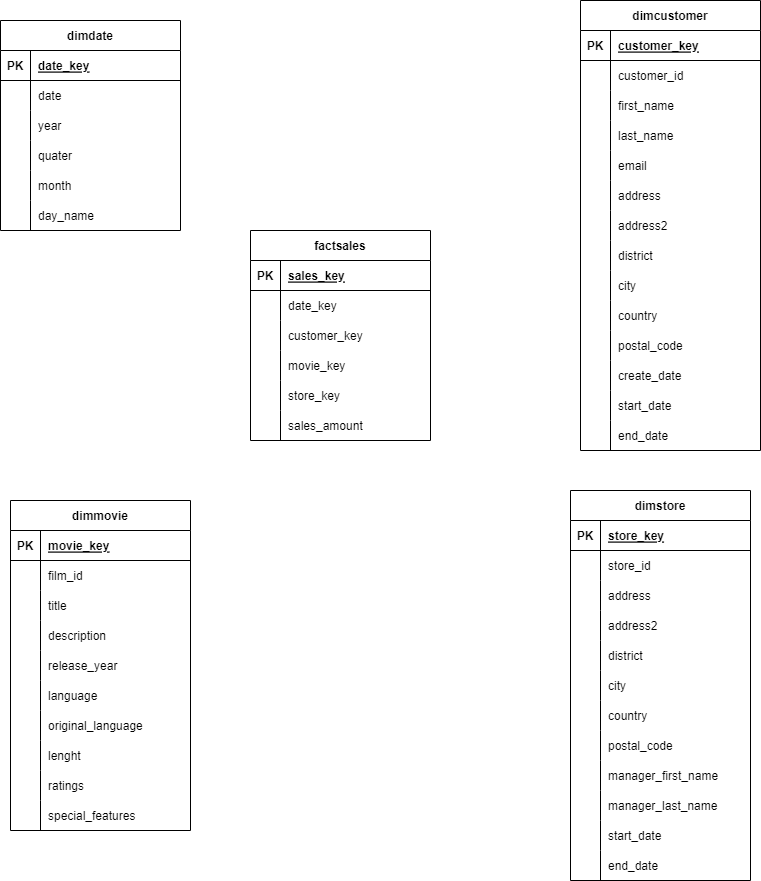
MarianSulik/DE_diagrams keeps this draw.io diagram as Untitled Diagram.drawio.png. Above is the earlier version. Source tidied: cells renumbered, new cells last; positions are measured from the earlier drawing's top-left corner, leaving out a move shared by most shapes.
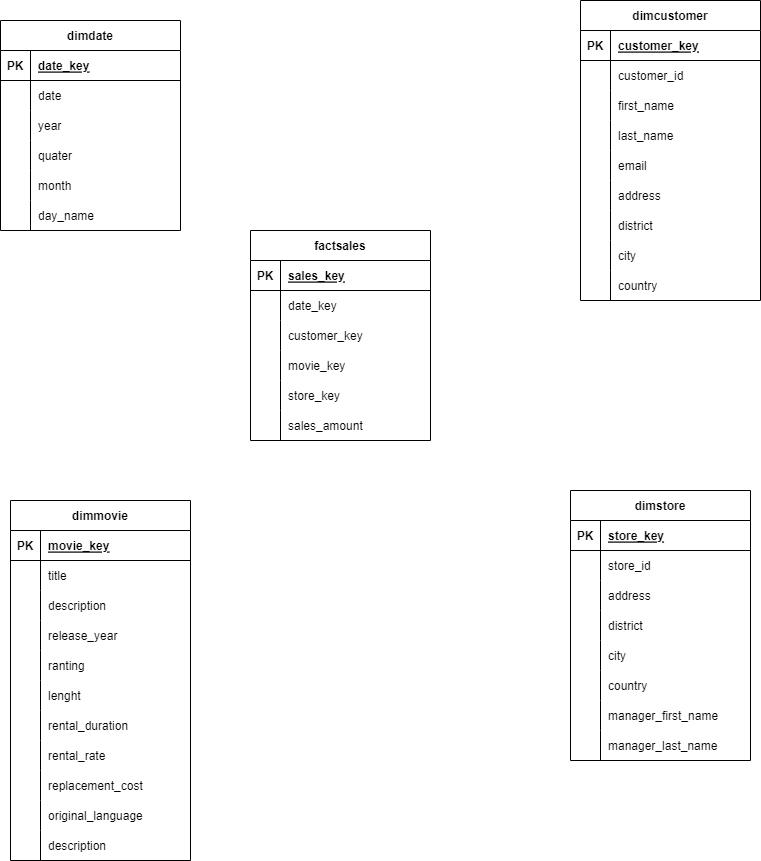
The same diagram one commit later.

Change to the diagram source:
```diff
@@ -119,3 +119,3 @@
     <mxCell id="40" value="dimmovie" style="shape=table;startSize=30;rowLines=0;fontStyle=1;align=center;" parent="1" vertex="1">
-      <mxGeometry x="10" y="500" width="180" height="330" as="geometry" />
+      <mxGeometry x="10" y="500" width="180" height="360" as="geometry" />
     </mxCell>
@@ -130,13 +130,4 @@
     </mxCell>
-    <mxCell id="44" style="shape=tableRow;horizontal=0;startSize=0;swimlaneHead=0;swimlaneBody=0;fillColor=none;top=0;left=0;right=0;bottom=0;" parent="40" vertex="1">
-      <mxGeometry y="60" width="180" height="30" as="geometry" />
-    </mxCell>
-    <mxCell id="45" style="shape=partialRectangle;fillColor=none;top=0;left=0;bottom=0;right=0;overflow=hidden;" parent="44" vertex="1">
-      <mxGeometry width="30" height="30" as="geometry" />
-    </mxCell>
-    <mxCell id="46" value="film_id" style="shape=partialRectangle;fillColor=none;top=0;left=0;bottom=0;right=0;align=left;spacingLeft=6;overflow=hidden;" parent="44" vertex="1">
-      <mxGeometry x="30" width="150" height="30" as="geometry" />
-    </mxCell>
     <mxCell id="47" style="shape=tableRow;horizontal=0;startSize=0;swimlaneHead=0;swimlaneBody=0;fillColor=none;top=0;left=0;right=0;bottom=0;" parent="40" vertex="1">
-      <mxGeometry y="90" width="180" height="30" as="geometry" />
+      <mxGeometry y="60" width="180" height="30" as="geometry" />
     </mxCell>
@@ -149,3 +140,3 @@
     <mxCell id="50" style="shape=tableRow;horizontal=0;startSize=0;swimlaneHead=0;swimlaneBody=0;fillColor=none;top=0;left=0;right=0;bottom=0;" parent="40" vertex="1">
-      <mxGeometry y="120" width="180" height="30" as="geometry" />
+      <mxGeometry y="90" width="180" height="30" as="geometry" />
     </mxCell>
@@ -158,3 +149,3 @@
     <mxCell id="53" style="shape=tableRow;horizontal=0;startSize=0;swimlaneHead=0;swimlaneBody=0;fillColor=none;top=0;left=0;right=0;bottom=0;" parent="40" vertex="1">
-      <mxGeometry y="150" width="180" height="30" as="geometry" />
+      <mxGeometry y="120" width="180" height="30" as="geometry" />
     </mxCell>
@@ -167,3 +158,3 @@
     <mxCell id="56" style="shape=tableRow;horizontal=0;startSize=0;swimlaneHead=0;swimlaneBody=0;fillColor=none;top=0;left=0;right=0;bottom=0;" parent="40" vertex="1">
-      <mxGeometry y="180" width="180" height="30" as="geometry" />
+      <mxGeometry y="150" width="180" height="30" as="geometry" />
     </mxCell>
@@ -172,3 +163,3 @@
     </mxCell>
-    <mxCell id="58" value="language" style="shape=partialRectangle;fillColor=none;top=0;left=0;bottom=0;right=0;align=left;spacingLeft=6;overflow=hidden;" parent="56" vertex="1">
+    <mxCell id="58" value="ranting" style="shape=partialRectangle;fillColor=none;top=0;left=0;bottom=0;right=0;align=left;spacingLeft=6;overflow=hidden;" parent="56" vertex="1">
       <mxGeometry x="30" width="150" height="30" as="geometry" />
@@ -176,3 +167,3 @@
     <mxCell id="59" style="shape=tableRow;horizontal=0;startSize=0;swimlaneHead=0;swimlaneBody=0;fillColor=none;top=0;left=0;right=0;bottom=0;" parent="40" vertex="1">
-      <mxGeometry y="210" width="180" height="30" as="geometry" />
+      <mxGeometry y="180" width="180" height="30" as="geometry" />
     </mxCell>
@@ -181,3 +172,3 @@
     </mxCell>
-    <mxCell id="61" value="original_language" style="shape=partialRectangle;fillColor=none;top=0;left=0;bottom=0;right=0;align=left;spacingLeft=6;overflow=hidden;" parent="59" vertex="1">
+    <mxCell id="61" value="lenght" style="shape=partialRectangle;fillColor=none;top=0;left=0;bottom=0;right=0;align=left;spacingLeft=6;overflow=hidden;" parent="59" vertex="1">
       <mxGeometry x="30" width="150" height="30" as="geometry" />
@@ -185,3 +176,3 @@
     <mxCell id="62" style="shape=tableRow;horizontal=0;startSize=0;swimlaneHead=0;swimlaneBody=0;fillColor=none;top=0;left=0;right=0;bottom=0;" parent="40" vertex="1">
-      <mxGeometry y="240" width="180" height="30" as="geometry" />
+      <mxGeometry y="210" width="180" height="30" as="geometry" />
     </mxCell>
@@ -190,3 +181,3 @@
     </mxCell>
-    <mxCell id="64" value="lenght" style="shape=partialRectangle;fillColor=none;top=0;left=0;bottom=0;right=0;align=left;spacingLeft=6;overflow=hidden;" parent="62" vertex="1">
+    <mxCell id="64" value="rental_duration" style="shape=partialRectangle;fillColor=none;top=0;left=0;bottom=0;right=0;align=left;spacingLeft=6;overflow=hidden;" parent="62" vertex="1">
       <mxGeometry x="30" width="150" height="30" as="geometry" />
@@ -194,3 +185,3 @@
     <mxCell id="65" style="shape=tableRow;horizontal=0;startSize=0;swimlaneHead=0;swimlaneBody=0;fillColor=none;top=0;left=0;right=0;bottom=0;" parent="40" vertex="1">
-      <mxGeometry y="270" width="180" height="30" as="geometry" />
+      <mxGeometry y="240" width="180" height="30" as="geometry" />
     </mxCell>
@@ -199,3 +190,3 @@
     </mxCell>
-    <mxCell id="67" value="ratings" style="shape=partialRectangle;fillColor=none;top=0;left=0;bottom=0;right=0;align=left;spacingLeft=6;overflow=hidden;" parent="65" vertex="1">
+    <mxCell id="67" value="rental_rate" style="shape=partialRectangle;fillColor=none;top=0;left=0;bottom=0;right=0;align=left;spacingLeft=6;overflow=hidden;" parent="65" vertex="1">
       <mxGeometry x="30" width="150" height="30" as="geometry" />
@@ -203,3 +194,3 @@
     <mxCell id="68" style="shape=tableRow;horizontal=0;startSize=0;swimlaneHead=0;swimlaneBody=0;fillColor=none;top=0;left=0;right=0;bottom=0;" parent="40" vertex="1">
-      <mxGeometry y="300" width="180" height="30" as="geometry" />
+      <mxGeometry y="270" width="180" height="30" as="geometry" />
     </mxCell>
@@ -208,7 +199,25 @@
     </mxCell>
-    <mxCell id="70" value="special_features" style="shape=partialRectangle;fillColor=none;top=0;left=0;bottom=0;right=0;align=left;spacingLeft=6;overflow=hidden;" parent="68" vertex="1">
+    <mxCell id="70" value="replacement_cost" style="shape=partialRectangle;fillColor=none;top=0;left=0;bottom=0;right=0;align=left;spacingLeft=6;overflow=hidden;" parent="68" vertex="1">
       <mxGeometry x="30" width="150" height="30" as="geometry" />
     </mxCell>
+    <mxCell id="151" style="shape=tableRow;horizontal=0;startSize=0;swimlaneHead=0;swimlaneBody=0;fillColor=none;top=0;left=0;right=0;bottom=0;" parent="40" vertex="1">
+      <mxGeometry y="300" width="180" height="30" as="geometry" />
+    </mxCell>
+    <mxCell id="152" style="shape=partialRectangle;fillColor=none;top=0;left=0;bottom=0;right=0;overflow=hidden;" parent="151" vertex="1">
+      <mxGeometry width="30" height="30" as="geometry" />
+    </mxCell>
+    <mxCell id="153" value="original_language" style="shape=partialRectangle;fillColor=none;top=0;left=0;bottom=0;right=0;align=left;spacingLeft=6;overflow=hidden;" parent="151" vertex="1">
+      <mxGeometry x="30" width="150" height="30" as="geometry" />
+    </mxCell>
+    <mxCell id="154" style="shape=tableRow;horizontal=0;startSize=0;swimlaneHead=0;swimlaneBody=0;fillColor=none;top=0;left=0;right=0;bottom=0;" parent="40" vertex="1">
+      <mxGeometry y="330" width="180" height="30" as="geometry" />
+    </mxCell>
+    <mxCell id="155" style="shape=partialRectangle;fillColor=none;top=0;left=0;bottom=0;right=0;overflow=hidden;" parent="154" vertex="1">
+      <mxGeometry width="30" height="30" as="geometry" />
+    </mxCell>
+    <mxCell id="156" value="description" style="shape=partialRectangle;fillColor=none;top=0;left=0;bottom=0;right=0;align=left;spacingLeft=6;overflow=hidden;" parent="154" vertex="1">
+      <mxGeometry x="30" width="150" height="30" as="geometry" />
+    </mxCell>
     <mxCell id="71" value="dimcustomer" style="shape=table;startSize=30;rowLines=0;fontStyle=1;align=center;" parent="1" vertex="1">
-      <mxGeometry x="580" width="180" height="450" as="geometry" />
+      <mxGeometry x="580" width="180" height="300" as="geometry" />
     </mxCell>
@@ -268,13 +277,4 @@
     </mxCell>
-    <mxCell id="90" style="shape=tableRow;horizontal=0;startSize=0;swimlaneHead=0;swimlaneBody=0;fillColor=none;top=0;left=0;right=0;bottom=0;" parent="71" vertex="1">
-      <mxGeometry y="210" width="180" height="30" as="geometry" />
-    </mxCell>
-    <mxCell id="91" style="shape=partialRectangle;fillColor=none;top=0;left=0;bottom=0;right=0;overflow=hidden;" parent="90" vertex="1">
-      <mxGeometry width="30" height="30" as="geometry" />
-    </mxCell>
-    <mxCell id="92" value="address2" style="shape=partialRectangle;fillColor=none;top=0;left=0;bottom=0;right=0;align=left;spacingLeft=6;overflow=hidden;" parent="90" vertex="1">
-      <mxGeometry x="30" width="150" height="30" as="geometry" />
-    </mxCell>
     <mxCell id="93" style="shape=tableRow;horizontal=0;startSize=0;swimlaneHead=0;swimlaneBody=0;fillColor=none;top=0;left=0;right=0;bottom=0;" parent="71" vertex="1">
-      <mxGeometry y="240" width="180" height="30" as="geometry" />
+      <mxGeometry y="210" width="180" height="30" as="geometry" />
     </mxCell>
@@ -287,3 +287,3 @@
     <mxCell id="96" style="shape=tableRow;horizontal=0;startSize=0;swimlaneHead=0;swimlaneBody=0;fillColor=none;top=0;left=0;right=0;bottom=0;" parent="71" vertex="1">
-      <mxGeometry y="270" width="180" height="30" as="geometry" />
+      <mxGeometry y="240" width="180" height="30" as="geometry" />
     </mxCell>
@@ -296,3 +296,3 @@
     <mxCell id="99" style="shape=tableRow;horizontal=0;startSize=0;swimlaneHead=0;swimlaneBody=0;fillColor=none;top=0;left=0;right=0;bottom=0;" parent="71" vertex="1">
-      <mxGeometry y="300" width="180" height="30" as="geometry" />
+      <mxGeometry y="270" width="180" height="30" as="geometry" />
     </mxCell>
@@ -304,40 +304,4 @@
     </mxCell>
-    <mxCell id="102" style="shape=tableRow;horizontal=0;startSize=0;swimlaneHead=0;swimlaneBody=0;fillColor=none;top=0;left=0;right=0;bottom=0;" parent="71" vertex="1">
-      <mxGeometry y="330" width="180" height="30" as="geometry" />
-    </mxCell>
-    <mxCell id="103" style="shape=partialRectangle;fillColor=none;top=0;left=0;bottom=0;right=0;overflow=hidden;" parent="102" vertex="1">
-      <mxGeometry width="30" height="30" as="geometry" />
-    </mxCell>
-    <mxCell id="104" value="postal_code" style="shape=partialRectangle;fillColor=none;top=0;left=0;bottom=0;right=0;align=left;spacingLeft=6;overflow=hidden;" parent="102" vertex="1">
-      <mxGeometry x="30" width="150" height="30" as="geometry" />
-    </mxCell>
-    <mxCell id="105" style="shape=tableRow;horizontal=0;startSize=0;swimlaneHead=0;swimlaneBody=0;fillColor=none;top=0;left=0;right=0;bottom=0;" parent="71" vertex="1">
-      <mxGeometry y="360" width="180" height="30" as="geometry" />
-    </mxCell>
-    <mxCell id="106" style="shape=partialRectangle;fillColor=none;top=0;left=0;bottom=0;right=0;overflow=hidden;" parent="105" vertex="1">
-      <mxGeometry width="30" height="30" as="geometry" />
-    </mxCell>
-    <mxCell id="107" value="create_date" style="shape=partialRectangle;fillColor=none;top=0;left=0;bottom=0;right=0;align=left;spacingLeft=6;overflow=hidden;" parent="105" vertex="1">
-      <mxGeometry x="30" width="150" height="30" as="geometry" />
-    </mxCell>
-    <mxCell id="108" style="shape=tableRow;horizontal=0;startSize=0;swimlaneHead=0;swimlaneBody=0;fillColor=none;top=0;left=0;right=0;bottom=0;" parent="71" vertex="1">
-      <mxGeometry y="390" width="180" height="30" as="geometry" />
-    </mxCell>
-    <mxCell id="109" style="shape=partialRectangle;fillColor=none;top=0;left=0;bottom=0;right=0;overflow=hidden;" parent="108" vertex="1">
-      <mxGeometry width="30" height="30" as="geometry" />
-    </mxCell>
-    <mxCell id="110" value="start_date" style="shape=partialRectangle;fillColor=none;top=0;left=0;bottom=0;right=0;align=left;spacingLeft=6;overflow=hidden;" parent="108" vertex="1">
-      <mxGeometry x="30" width="150" height="30" as="geometry" />
-    </mxCell>
-    <mxCell id="111" style="shape=tableRow;horizontal=0;startSize=0;swimlaneHead=0;swimlaneBody=0;fillColor=none;top=0;left=0;right=0;bottom=0;" parent="71" vertex="1">
-      <mxGeometry y="420" width="180" height="30" as="geometry" />
-    </mxCell>
-    <mxCell id="112" style="shape=partialRectangle;fillColor=none;top=0;left=0;bottom=0;right=0;overflow=hidden;" parent="111" vertex="1">
-      <mxGeometry width="30" height="30" as="geometry" />
-    </mxCell>
-    <mxCell id="113" value="end_date" style="shape=partialRectangle;fillColor=none;top=0;left=0;bottom=0;right=0;align=left;spacingLeft=6;overflow=hidden;" parent="111" vertex="1">
-      <mxGeometry x="30" width="150" height="30" as="geometry" />
-    </mxCell>
     <mxCell id="114" value="dimstore" style="shape=table;startSize=30;rowLines=0;fontStyle=1;align=center;" parent="1" vertex="1">
-      <mxGeometry x="570" y="490" width="180" height="390" as="geometry" />
+      <mxGeometry x="570" y="490" width="180" height="270" as="geometry" />
     </mxCell>
@@ -370,13 +334,4 @@
     </mxCell>
-    <mxCell id="124" style="shape=tableRow;horizontal=0;startSize=0;swimlaneHead=0;swimlaneBody=0;fillColor=none;top=0;left=0;right=0;bottom=0;" parent="114" vertex="1">
-      <mxGeometry y="120" width="180" height="30" as="geometry" />
-    </mxCell>
-    <mxCell id="125" style="shape=partialRectangle;fillColor=none;top=0;left=0;bottom=0;right=0;overflow=hidden;" parent="124" vertex="1">
-      <mxGeometry width="30" height="30" as="geometry" />
-    </mxCell>
-    <mxCell id="126" value="address2" style="shape=partialRectangle;fillColor=none;top=0;left=0;bottom=0;right=0;align=left;spacingLeft=6;overflow=hidden;" parent="124" vertex="1">
-      <mxGeometry x="30" width="150" height="30" as="geometry" />
-    </mxCell>
     <mxCell id="127" style="shape=tableRow;horizontal=0;startSize=0;swimlaneHead=0;swimlaneBody=0;fillColor=none;top=0;left=0;right=0;bottom=0;" parent="114" vertex="1">
-      <mxGeometry y="150" width="180" height="30" as="geometry" />
+      <mxGeometry y="120" width="180" height="30" as="geometry" />
     </mxCell>
@@ -389,3 +344,3 @@
     <mxCell id="130" style="shape=tableRow;horizontal=0;startSize=0;swimlaneHead=0;swimlaneBody=0;fillColor=none;top=0;left=0;right=0;bottom=0;" parent="114" vertex="1">
-      <mxGeometry y="180" width="180" height="30" as="geometry" />
+      <mxGeometry y="150" width="180" height="30" as="geometry" />
     </mxCell>
@@ -398,3 +353,3 @@
     <mxCell id="133" style="shape=tableRow;horizontal=0;startSize=0;swimlaneHead=0;swimlaneBody=0;fillColor=none;top=0;left=0;right=0;bottom=0;" parent="114" vertex="1">
-      <mxGeometry y="210" width="180" height="30" as="geometry" />
+      <mxGeometry y="180" width="180" height="30" as="geometry" />
     </mxCell>
@@ -406,13 +361,4 @@
     </mxCell>
-    <mxCell id="136" style="shape=tableRow;horizontal=0;startSize=0;swimlaneHead=0;swimlaneBody=0;fillColor=none;top=0;left=0;right=0;bottom=0;" parent="114" vertex="1">
-      <mxGeometry y="240" width="180" height="30" as="geometry" />
-    </mxCell>
-    <mxCell id="137" style="shape=partialRectangle;fillColor=none;top=0;left=0;bottom=0;right=0;overflow=hidden;" parent="136" vertex="1">
-      <mxGeometry width="30" height="30" as="geometry" />
-    </mxCell>
-    <mxCell id="138" value="postal_code" style="shape=partialRectangle;fillColor=none;top=0;left=0;bottom=0;right=0;align=left;spacingLeft=6;overflow=hidden;" parent="136" vertex="1">
-      <mxGeometry x="30" width="150" height="30" as="geometry" />
-    </mxCell>
     <mxCell id="139" style="shape=tableRow;horizontal=0;startSize=0;swimlaneHead=0;swimlaneBody=0;fillColor=none;top=0;left=0;right=0;bottom=0;" parent="114" vertex="1">
-      <mxGeometry y="270" width="180" height="30" as="geometry" />
+      <mxGeometry y="210" width="180" height="30" as="geometry" />
     </mxCell>
@@ -425,3 +371,3 @@
     <mxCell id="142" style="shape=tableRow;horizontal=0;startSize=0;swimlaneHead=0;swimlaneBody=0;fillColor=none;top=0;left=0;right=0;bottom=0;" parent="114" vertex="1">
-      <mxGeometry y="300" width="180" height="30" as="geometry" />
+      <mxGeometry y="240" width="180" height="30" as="geometry" />
     </mxCell>
@@ -433,20 +379,2 @@
     </mxCell>
-    <mxCell id="145" style="shape=tableRow;horizontal=0;startSize=0;swimlaneHead=0;swimlaneBody=0;fillColor=none;top=0;left=0;right=0;bottom=0;" parent="114" vertex="1">
-      <mxGeometry y="330" width="180" height="30" as="geometry" />
-    </mxCell>
-    <mxCell id="146" style="shape=partialRectangle;fillColor=none;top=0;left=0;bottom=0;right=0;overflow=hidden;" parent="145" vertex="1">
-      <mxGeometry width="30" height="30" as="geometry" />
-    </mxCell>
-    <mxCell id="147" value="start_date" style="shape=partialRectangle;fillColor=none;top=0;left=0;bottom=0;right=0;align=left;spacingLeft=6;overflow=hidden;" parent="145" vertex="1">
-      <mxGeometry x="30" width="150" height="30" as="geometry" />
-    </mxCell>
-    <mxCell id="148" style="shape=tableRow;horizontal=0;startSize=0;swimlaneHead=0;swimlaneBody=0;fillColor=none;top=0;left=0;right=0;bottom=0;" parent="114" vertex="1">
-      <mxGeometry y="360" width="180" height="30" as="geometry" />
-    </mxCell>
-    <mxCell id="149" style="shape=partialRectangle;fillColor=none;top=0;left=0;bottom=0;right=0;overflow=hidden;" parent="148" vertex="1">
-      <mxGeometry width="30" height="30" as="geometry" />
-    </mxCell>
-    <mxCell id="150" value="end_date" style="shape=partialRectangle;fillColor=none;top=0;left=0;bottom=0;right=0;align=left;spacingLeft=6;overflow=hidden;" parent="148" vertex="1">
-      <mxGeometry x="30" width="150" height="30" as="geometry" />
-    </mxCell>
   </root>
```
